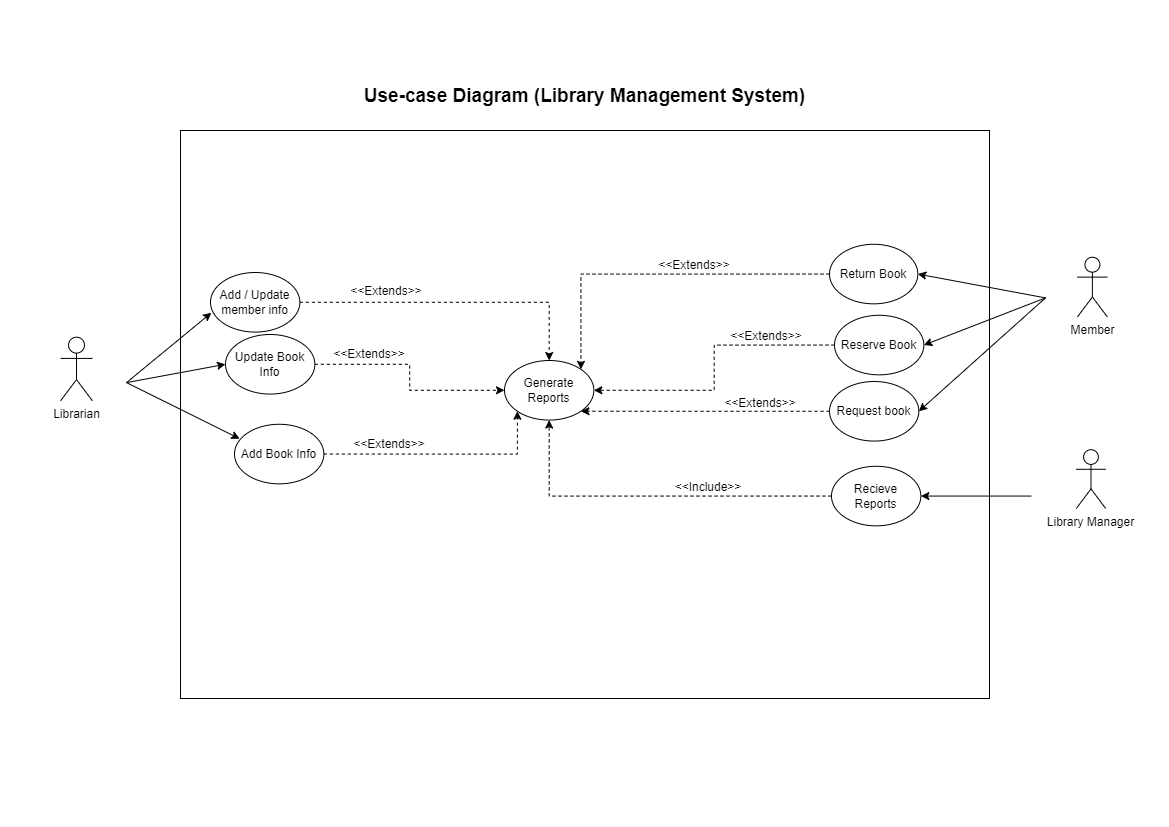
Above: Library Management System (Use-Case Diagram).png in Abdulrahman-Sayed-1/Library-Management-System (draw.io), before the change. Source tidied: cells renumbered, new cells last; positions are measured from the earlier drawing's top-left corner, leaving out a move shared by most shapes.
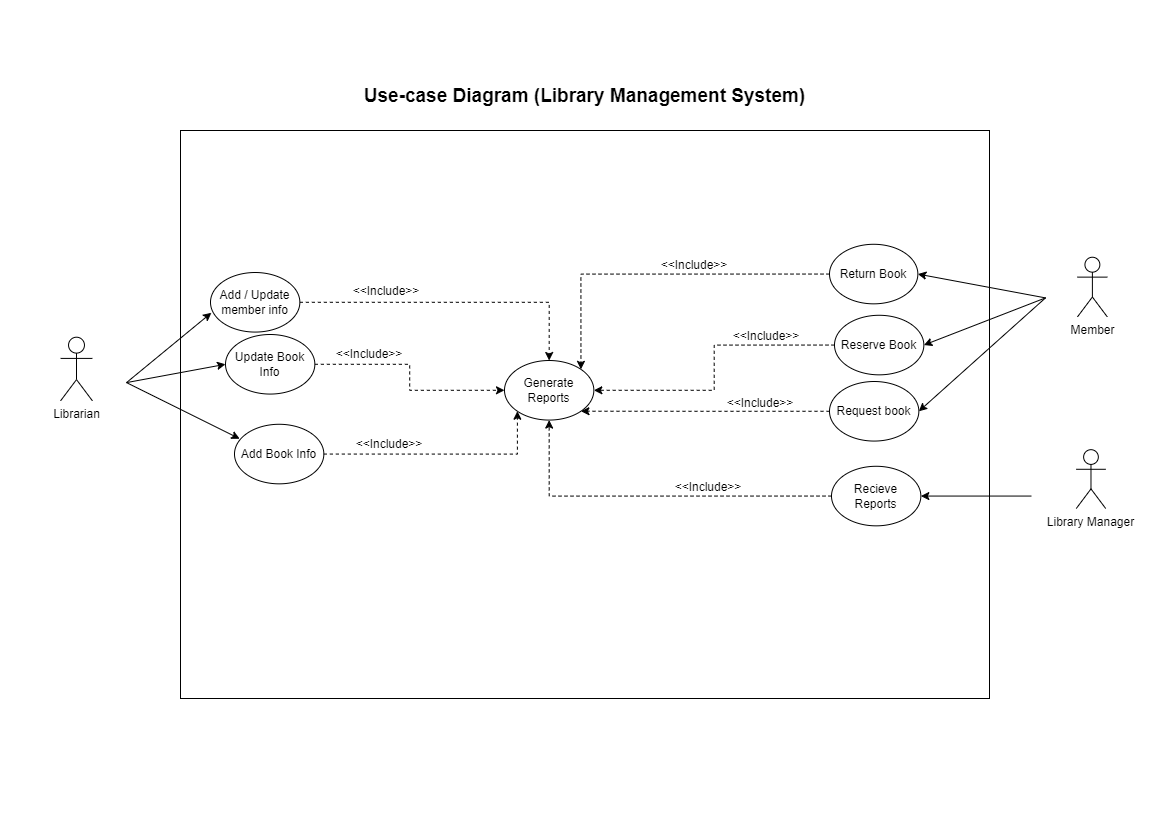
Above is the later version.

Commit message:
Change all the extend relationships into include relationships.

Change to the diagram source:
```diff
@@ -44,22 +44,22 @@
     <mxCell id="15" style="edgeStyle=orthogonalEdgeStyle;rounded=0;jettySize=auto;html=1;exitX=0;exitY=0.5;exitDx=0;exitDy=0;entryX=0.5;entryY=1;entryDx=0;entryDy=0;dashed=1;" parent="1" edge="1" source="7" target="8">
       <mxGeometry relative="1" as="geometry" />
     </mxCell>
-    <mxCell id="16" value="&amp;lt;&amp;lt;Extends&amp;gt;&amp;gt;" style="text;html=1;align=center;verticalAlign=middle;whiteSpace=wrap;rounded=0;fontSize=12;" parent="1" vertex="1">
+    <mxCell id="16" value="&amp;lt;&amp;lt;Include&amp;gt;&amp;gt;" style="text;html=1;align=center;verticalAlign=middle;whiteSpace=wrap;rounded=0;fontSize=12;" parent="1" vertex="1">
       <mxGeometry x="313" y="273.8" width="60" height="30" as="geometry" />
     </mxCell>
-    <mxCell id="17" value="&amp;lt;&amp;lt;Extends&amp;gt;&amp;gt;" style="text;html=1;align=center;verticalAlign=middle;whiteSpace=wrap;rounded=0;fontSize=12;" parent="1" vertex="1">
+    <mxCell id="17" value="&amp;lt;&amp;lt;Include&amp;gt;&amp;gt;" style="text;html=1;align=center;verticalAlign=middle;whiteSpace=wrap;rounded=0;fontSize=12;" parent="1" vertex="1">
       <mxGeometry x="333" y="363.8" width="60" height="30" as="geometry" />
     </mxCell>
-    <mxCell id="18" value="&amp;lt;&amp;lt;Extends&amp;gt;&amp;gt;" style="text;html=1;align=center;verticalAlign=middle;whiteSpace=wrap;rounded=0;fontSize=12;" parent="1" vertex="1">
+    <mxCell id="18" value="&amp;lt;&amp;lt;Include&amp;gt;&amp;gt;" style="text;html=1;align=center;verticalAlign=middle;whiteSpace=wrap;rounded=0;fontSize=12;" parent="1" vertex="1">
       <mxGeometry x="330" y="210.8" width="60" height="30" as="geometry" />
     </mxCell>
-    <mxCell id="19" value="&amp;lt;&amp;lt;Extends&amp;gt;&amp;gt;" style="text;html=1;align=center;verticalAlign=middle;whiteSpace=wrap;rounded=0;fontSize=12;" parent="1" vertex="1">
+    <mxCell id="19" value="&amp;lt;&amp;lt;Include&amp;gt;&amp;gt;" style="text;html=1;align=center;verticalAlign=middle;whiteSpace=wrap;rounded=0;fontSize=12;" parent="1" vertex="1">
       <mxGeometry x="704" y="323" width="60" height="30" as="geometry" />
     </mxCell>
-    <mxCell id="20" value="&amp;lt;&amp;lt;Extends&amp;gt;&amp;gt;" style="text;html=1;align=center;verticalAlign=middle;whiteSpace=wrap;rounded=0;fontSize=12;" parent="1" vertex="1">
+    <mxCell id="20" value="&amp;lt;&amp;lt;Include&amp;gt;&amp;gt;" style="text;html=1;align=center;verticalAlign=middle;whiteSpace=wrap;rounded=0;fontSize=12;" parent="1" vertex="1">
       <mxGeometry x="710" y="255.8" width="60" height="30" as="geometry" />
     </mxCell>
-    <mxCell id="21" value="&amp;lt;&amp;lt;Extends&amp;gt;&amp;gt;" style="text;html=1;align=center;verticalAlign=middle;whiteSpace=wrap;rounded=0;fontSize=12;" parent="1" vertex="1">
+    <mxCell id="21" value="&amp;lt;&amp;lt;Include&amp;gt;&amp;gt;" style="text;html=1;align=center;verticalAlign=middle;whiteSpace=wrap;rounded=0;fontSize=12;" parent="1" vertex="1">
       <mxGeometry x="638" y="184.8" width="60" height="30" as="geometry" />
     </mxCell>
     <mxCell id="22" value="&amp;lt;&amp;lt;Include&amp;gt;&amp;gt;" style="text;html=1;align=center;verticalAlign=middle;whiteSpace=wrap;rounded=0;fontSize=12;" parent="1" vertex="1">
```
